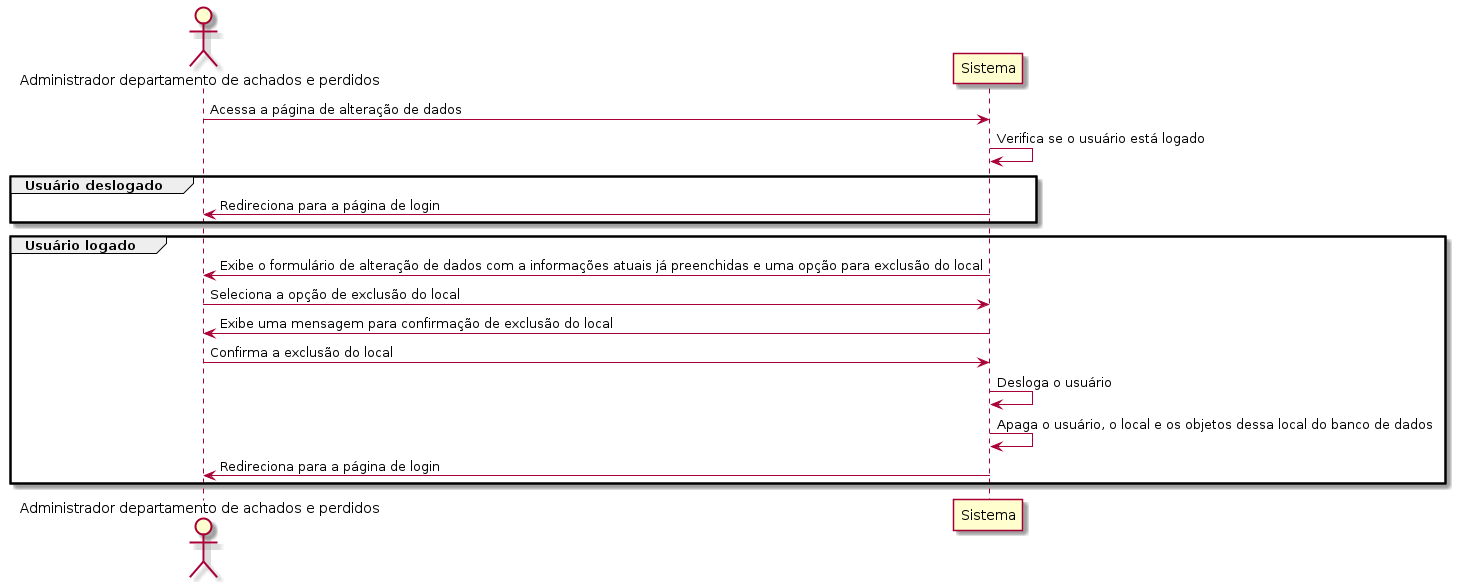
This is out/casos-de-uso/administrador/RAP06/RAP06.png from treinaweb/desafio-achados-e-perdidos, a PlantUML export, as it was before one commit.
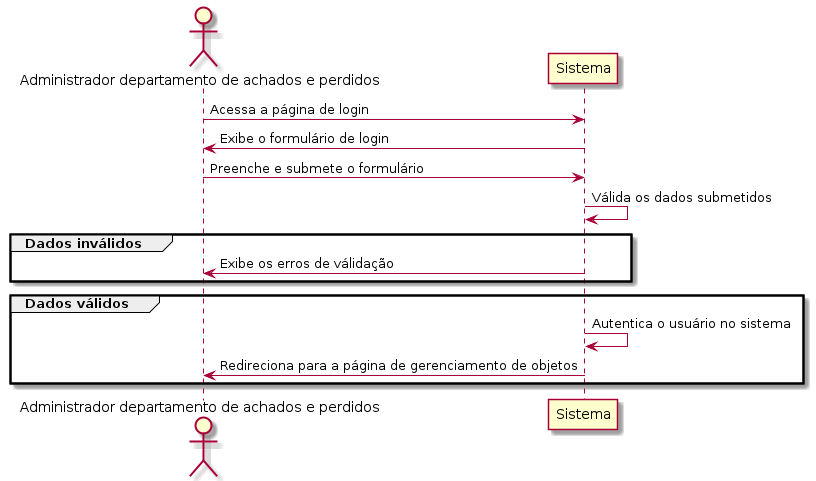
Above is the later version.

Diff of the diagram source:
```diff
@@ -3,21 +3,18 @@
 actor "Administrador departamento de achados e perdidos" as admin
 participant "Sistema" as sistema
 
-admin -> sistema: Acessa a página de alteração de dados
-sistema -> sistema: Verifica se o usuário está logado
+admin -> sistema: Acessa a página de login
+sistema -> admin: Exibe o formulário de login
+admin -> sistema: Preenche e submete o formulário
+sistema -> sistema: Válida os dados submetidos
 
-group Usuário deslogado
-  sistema -> admin: Redireciona para a página de login
+group Dados inválidos
+  sistema -> admin: Exibe os erros de válidação
 end
 
-group Usuário logado
-  sistema -> admin: Exibe o formulário de alteração de dados com a informações atuais já preenchidas e uma opção para exclusão do local
-  admin -> sistema: Seleciona a opção de exclusão do local
-  sistema -> admin: Exibe uma mensagem para confirmação de exclusão do local
-  admin -> sistema: Confirma a exclusão do local
-  sistema -> sistema: Desloga o usuário
-  sistema -> sistema: Apaga o usuário, o local e os objetos dessa local do banco de dados
-  sistema -> admin: Redireciona para a página de login
+group Dados válidos
+  sistema -> sistema: Autentica o usuário no sistema
+  sistema -> admin: Redireciona para a página de gerenciamento de objetos
 end
 
 @enduml
```
